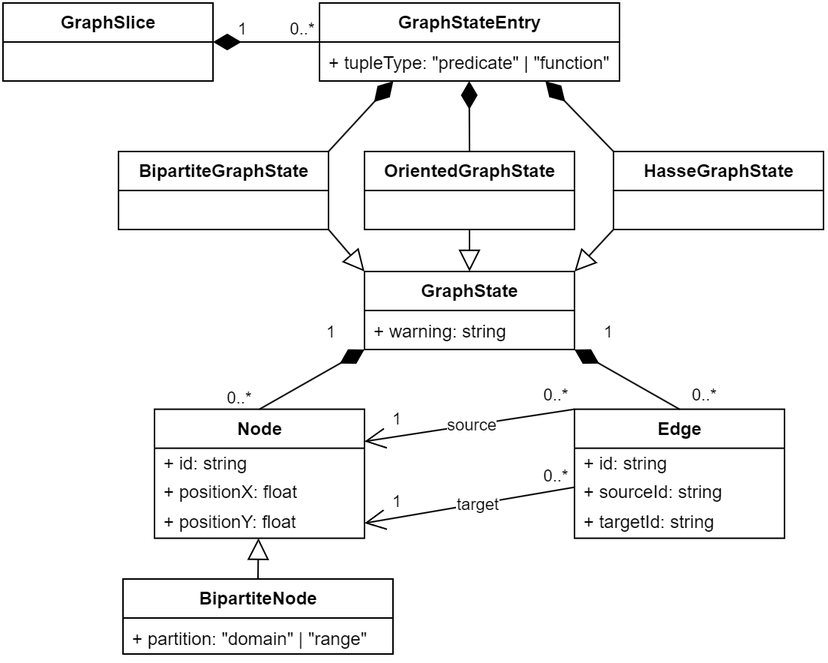
Earlier version of the draw.io export source/images/graph-diagram.png (marcsek/bachelor_thesis). Source tidied: cells renumbered, new cells last; positions are measured from the earlier drawing's top-left corner, leaving out a move shared by most shapes.
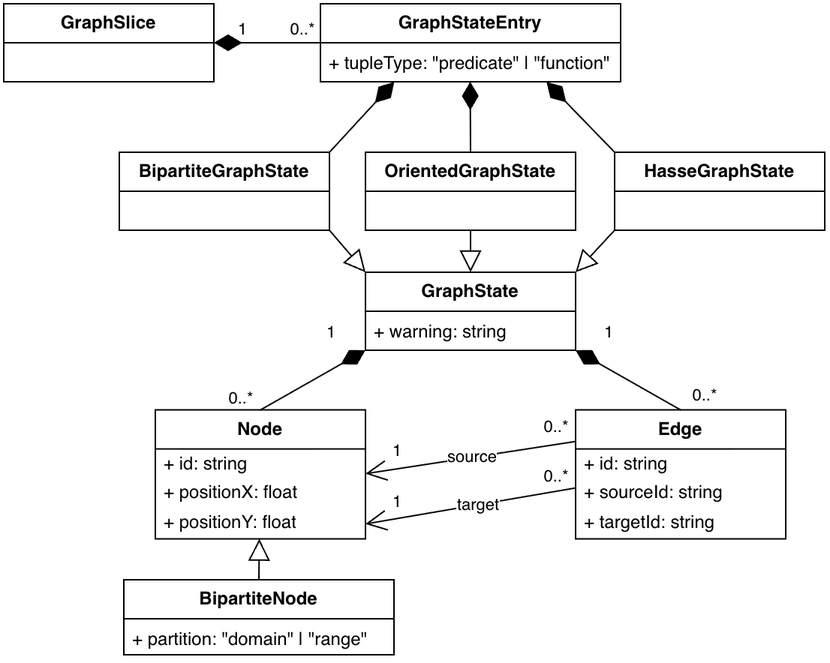
Later version of the same file.

What changed in the source:
```diff
@@ -98,8 +98,11 @@
     <mxCell id="31" value="0..*" style="edgeLabel;html=1;align=center;verticalAlign=middle;" parent="1" vertex="1">
       <mxGeometry x="467" y="260.8" as="geometry" />
     </mxCell>
-    <mxCell id="32" style="endArrow=open;endFill=1;endSize=12;html=1;rounded=0;exitX=0;exitY=0;exitDx=0;exitDy=0;entryX=1;entryY=0.25;entryDx=0;entryDy=0;" parent="1" edge="1" source="10" target="6">
-      <mxGeometry relative="1" as="geometry" />
+    <mxCell id="32" style="endArrow=open;endFill=1;endSize=12;html=1;rounded=0;exitX=0;exitY=0;exitDx=0;exitDy=0;entryX=1;entryY=0.25;entryDx=0;entryDy=0;" parent="1" edge="1">
+      <mxGeometry relative="1" as="geometry">
+        <mxPoint x="381" y="291.8" as="sourcePoint" />
+        <mxPoint x="241" y="313.3" as="targetPoint" />
+      </mxGeometry>
     </mxCell>
     <mxCell id="33" value="source" style="edgeLabel;html=1;align=center;verticalAlign=middle;" parent="32" vertex="1">
       <mxGeometry x="0.01" y="-1" relative="1" as="geometry">
@@ -112,7 +115,7 @@
       </mxGeometry>
     </mxCell>
     <mxCell id="35" value="0..*" style="edgeLabel;html=1;align=center;verticalAlign=middle;" parent="1" vertex="1">
-      <mxGeometry x="217" y="270.8" as="geometry">
+      <mxGeometry x="217" y="291.8" as="geometry">
         <mxPoint x="151" y="-10" as="offset" />
       </mxGeometry>
     </mxCell>
@@ -122,7 +125,7 @@
       </mxGeometry>
     </mxCell>
     <mxCell id="37" value="1" style="edgeLabel;html=1;align=center;verticalAlign=middle;" parent="1" vertex="1">
-      <mxGeometry x="201" y="329" as="geometry">
+      <mxGeometry x="201" y="350" as="geometry">
         <mxPoint x="61" y="-52" as="offset" />
       </mxGeometry>
     </mxCell>
```
